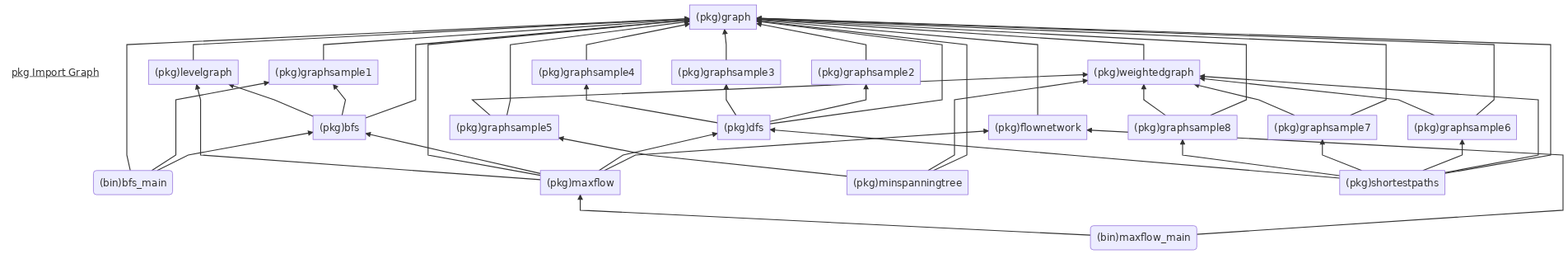
This is golang_pkg_import_graph.mmd.png from wangyoucao577/algorithms_practice, a Mermaid export, as it was before one commit. Its source is kept beside it as golang_pkg_import_graph.mmd.
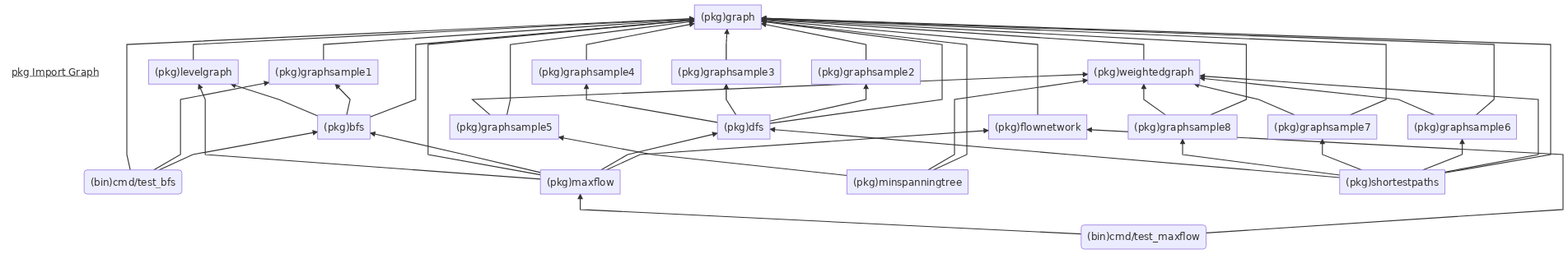
Later version of the same file.

Commit message:
update dependency graph

Change to the diagram source:
```diff
@@ -33,9 +33,9 @@
 pkgbfs --> pkggraphsample1
 pkgbfs --> pkglevelgraph
 
-bfs_main("(bin)bfs_main") --> pkgbfs
-bfs_main --> pkggraphsample1
-bfs_main --> pkggraph
+test_bfs("(bin)cmd/test_bfs") --> pkgbfs
+test_bfs --> pkggraphsample1
+test_bfs --> pkggraph
 
 pkgdfs["(pkg)dfs"] --> pkggraph
 pkgdfs --> pkggraphsample2
@@ -51,8 +51,8 @@
 pkgmaxflow --> pkglevelgraph
 
 
-maxflow_main("(bin)maxflow_main") --> pkgflownetwork
-maxflow_main("(bin)maxflow_main") --> pkgmaxflow
+test_maxflow("(bin)cmd/test_maxflow") --> pkgflownetwork
+test_maxflow("(bin)cmd/test_maxflow") --> pkgmaxflow
 
 pkgminspanningtree["(pkg)minspanningtree"] --> pkggraph
 pkgminspanningtree --> pkgweightedgraph
```
